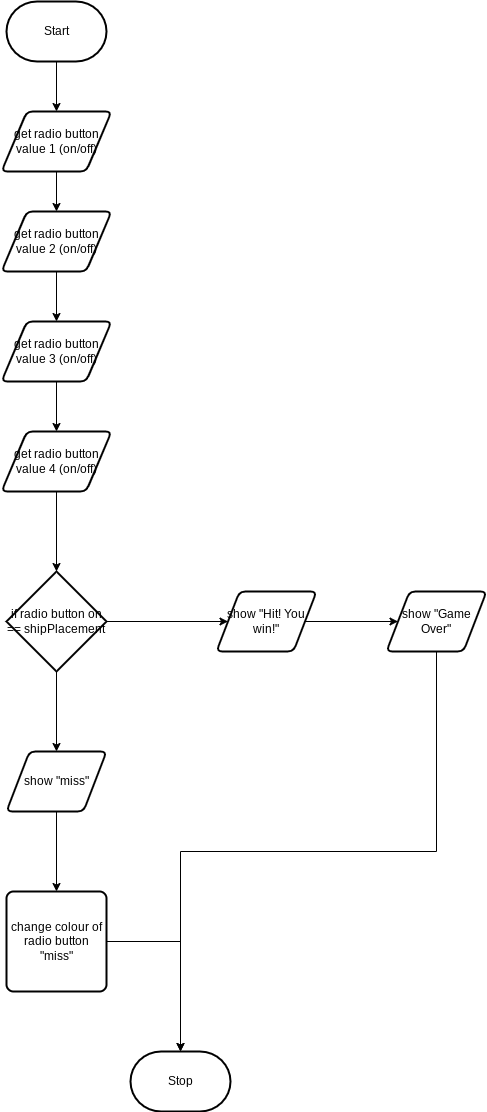
Above: design/flowchart.png in MTHS-ICS2O-2-2022/ICS2O-Final-Project-Group11 (draw.io), before the change. Source tidied: cells renumbered, new cells last; positions are measured from the earlier drawing's top-left corner, leaving out a move shared by most shapes.
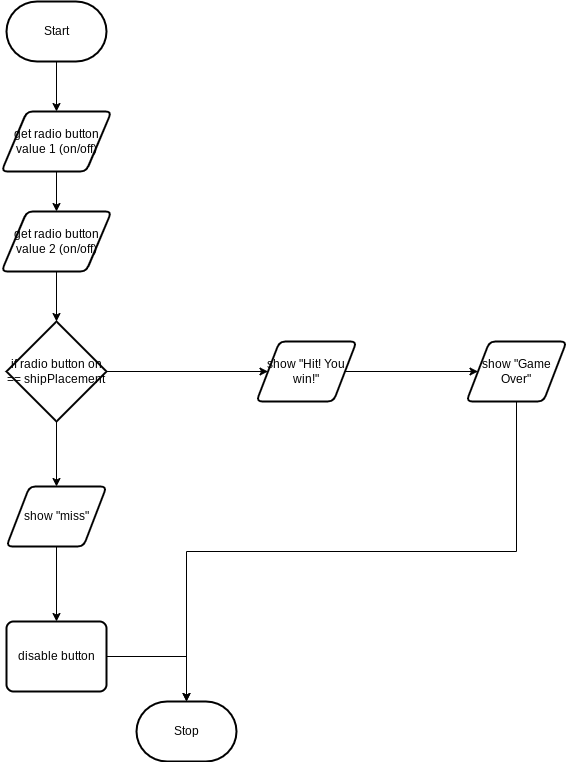
After the change.

What changed in the source:
```diff
@@ -11,7 +11,7 @@
       <mxGeometry x="5" width="100" height="60" as="geometry" />
     </mxCell>
     <mxCell id="4" value="Stop" style="strokeWidth=2;html=1;shape=mxgraph.flowchart.terminator;whiteSpace=wrap;" parent="1" vertex="1">
-      <mxGeometry x="129" y="1050" width="100" height="60" as="geometry" />
+      <mxGeometry x="135" y="700" width="100" height="60" as="geometry" />
     </mxCell>
     <mxCell id="5" style="edgeStyle=orthogonalEdgeStyle;html=1;exitX=0.5;exitY=1;exitDx=0;exitDy=0;rounded=0;" parent="1" edge="1" source="6" target="8">
       <mxGeometry relative="1" as="geometry" />
@@ -19,24 +19,14 @@
     <mxCell id="6" value="get radio button value 1 (on/off)" style="shape=parallelogram;html=1;strokeWidth=2;perimeter=parallelogramPerimeter;whiteSpace=wrap;rounded=1;arcSize=12;size=0.23;" parent="1" vertex="1">
       <mxGeometry y="110" width="110" height="60" as="geometry" />
     </mxCell>
-    <mxCell id="7" style="edgeStyle=orthogonalEdgeStyle;html=1;exitX=0.5;exitY=1;exitDx=0;exitDy=0;rounded=0;" parent="1" edge="1" source="8" target="10">
-      <mxGeometry relative="1" as="geometry" />
+    <mxCell id="7" style="edgeStyle=orthogonalEdgeStyle;html=1;exitX=0.5;exitY=1;exitDx=0;exitDy=0;rounded=0;" parent="1" edge="1" source="8">
+      <mxGeometry relative="1" as="geometry">
+        <mxPoint x="55" y="320" as="targetPoint" />
+      </mxGeometry>
     </mxCell>
     <mxCell id="8" value="get radio button value 2 (on/off)" style="shape=parallelogram;html=1;strokeWidth=2;perimeter=parallelogramPerimeter;whiteSpace=wrap;rounded=1;arcSize=12;size=0.23;" parent="1" vertex="1">
       <mxGeometry y="210" width="110" height="60" as="geometry" />
     </mxCell>
-    <mxCell id="9" style="edgeStyle=orthogonalEdgeStyle;html=1;exitX=0.5;exitY=1;exitDx=0;exitDy=0;rounded=0;" parent="1" edge="1" source="10" target="12">
-      <mxGeometry relative="1" as="geometry" />
-    </mxCell>
-    <mxCell id="10" value="get radio button value 3 (on/off)" style="shape=parallelogram;html=1;strokeWidth=2;perimeter=parallelogramPerimeter;whiteSpace=wrap;rounded=1;arcSize=12;size=0.23;" parent="1" vertex="1">
-      <mxGeometry y="320" width="110" height="60" as="geometry" />
-    </mxCell>
-    <mxCell id="11" style="edgeStyle=orthogonalEdgeStyle;html=1;exitX=0.5;exitY=1;exitDx=0;exitDy=0;rounded=0;" parent="1" edge="1" source="12" target="15">
-      <mxGeometry relative="1" as="geometry" />
-    </mxCell>
-    <mxCell id="12" value="get radio button value 4 (on/off)" style="shape=parallelogram;html=1;strokeWidth=2;perimeter=parallelogramPerimeter;whiteSpace=wrap;rounded=1;arcSize=12;size=0.23;" parent="1" vertex="1">
-      <mxGeometry y="430" width="110" height="60" as="geometry" />
-    </mxCell>
     <mxCell id="13" style="edgeStyle=orthogonalEdgeStyle;html=1;exitX=1;exitY=0.5;exitDx=0;exitDy=0;exitPerimeter=0;entryX=0;entryY=0.5;entryDx=0;entryDy=0;rounded=0;" parent="1" edge="1" source="15" target="17">
       <mxGeometry relative="1" as="geometry" />
     </mxCell>
@@ -44,31 +34,31 @@
       <mxGeometry relative="1" as="geometry" />
     </mxCell>
     <mxCell id="15" value="if radio button on == shipPlacement" style="strokeWidth=2;html=1;shape=mxgraph.flowchart.decision;whiteSpace=wrap;" parent="1" vertex="1">
-      <mxGeometry x="5" y="570" width="100" height="100" as="geometry" />
+      <mxGeometry x="5" y="320" width="100" height="100" as="geometry" />
     </mxCell>
     <mxCell id="16" style="edgeStyle=orthogonalEdgeStyle;html=1;exitX=1;exitY=0.5;exitDx=0;exitDy=0;entryX=0;entryY=0.5;entryDx=0;entryDy=0;rounded=0;" parent="1" edge="1" source="17" target="19">
       <mxGeometry relative="1" as="geometry" />
     </mxCell>
     <mxCell id="17" value="show &quot;Hit! You win!&quot;" style="shape=parallelogram;html=1;strokeWidth=2;perimeter=parallelogramPerimeter;whiteSpace=wrap;rounded=1;arcSize=12;size=0.23;" parent="1" vertex="1">
-      <mxGeometry x="215" y="590" width="100" height="60" as="geometry" />
+      <mxGeometry x="255" y="340" width="100" height="60" as="geometry" />
     </mxCell>
     <mxCell id="18" style="edgeStyle=orthogonalEdgeStyle;rounded=0;html=1;exitX=0.5;exitY=1;exitDx=0;exitDy=0;entryX=0.5;entryY=0;entryDx=0;entryDy=0;entryPerimeter=0;" parent="1" edge="1" source="19" target="4">
       <mxGeometry relative="1" as="geometry" />
     </mxCell>
     <mxCell id="19" value="show &quot;Game Over&quot;" style="shape=parallelogram;html=1;strokeWidth=2;perimeter=parallelogramPerimeter;whiteSpace=wrap;rounded=1;arcSize=12;size=0.23;" parent="1" vertex="1">
-      <mxGeometry x="385" y="590" width="100" height="60" as="geometry" />
+      <mxGeometry x="465" y="340" width="100" height="60" as="geometry" />
     </mxCell>
-    <mxCell id="20" style="edgeStyle=orthogonalEdgeStyle;rounded=0;html=1;exitX=0.5;exitY=1;exitDx=0;exitDy=0;" parent="1" edge="1" source="21" target="23">
+    <mxCell id="20" style="edgeStyle=orthogonalEdgeStyle;rounded=0;html=1;exitX=0.5;exitY=1;exitDx=0;exitDy=0;entryX=0.5;entryY=0;entryDx=0;entryDy=0;" parent="1" edge="1" source="21" target="23">
       <mxGeometry relative="1" as="geometry" />
     </mxCell>
     <mxCell id="21" value="show &quot;miss&quot;" style="shape=parallelogram;html=1;strokeWidth=2;perimeter=parallelogramPerimeter;whiteSpace=wrap;rounded=1;arcSize=12;size=0.23;" parent="1" vertex="1">
-      <mxGeometry x="5" y="750" width="100" height="60" as="geometry" />
+      <mxGeometry x="5" y="485" width="100" height="60" as="geometry" />
     </mxCell>
     <mxCell id="22" style="edgeStyle=orthogonalEdgeStyle;rounded=0;html=1;exitX=1;exitY=0.5;exitDx=0;exitDy=0;entryX=0.5;entryY=0;entryDx=0;entryDy=0;entryPerimeter=0;" parent="1" edge="1" source="23" target="4">
       <mxGeometry relative="1" as="geometry" />
     </mxCell>
-    <mxCell id="23" value="change colour of radio button &quot;miss&quot;" style="rounded=1;whiteSpace=wrap;html=1;absoluteArcSize=1;arcSize=14;strokeWidth=2;" parent="1" vertex="1">
-      <mxGeometry x="5" y="890" width="100" height="100" as="geometry" />
+    <mxCell id="23" value="disable button" style="rounded=1;whiteSpace=wrap;html=1;absoluteArcSize=1;arcSize=14;strokeWidth=2;" parent="1" vertex="1">
+      <mxGeometry x="5" y="620" width="100" height="70" as="geometry" />
     </mxCell>
   </root>
 </mxGraphModel>
```
